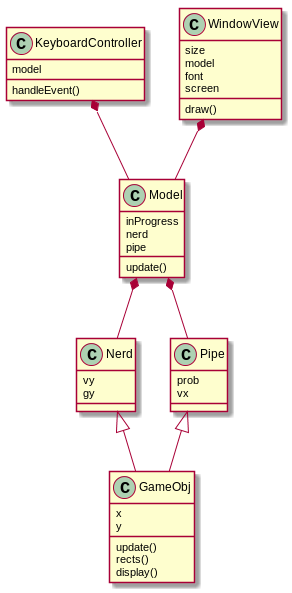
Before: class_diagram.png, a diagram exported from PlantUML (sd18spring/InteractiveProgramming). Its diagram source:
```plantuml
@startuml
Nerd <|-- GameObj
Pipe <|-- GameObj

Model *-- Nerd
Model *-- Pipe
KeyboardController *--Model

WindowView *-- Model

class WindowView {
size
model
font
screen
draw()
}

class Model {
inProgress
nerd
pipe
update()
}

class GameObj {
x
y
update()
rects()
display()
}

class Nerd {
vy
gy
}

class Pipe {
prob
vx
}

class KeyboardController {
model
handleEvent()
}
@enduml
```
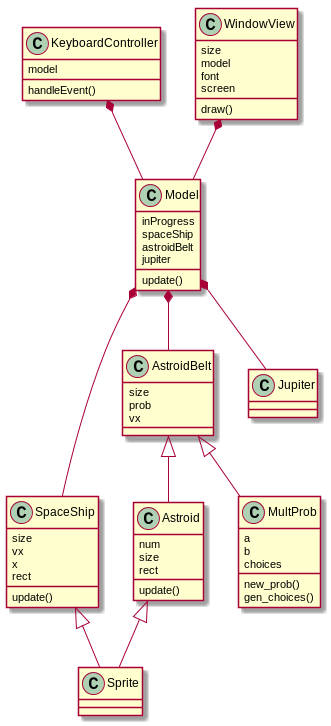
Later version of the same file.

Diff of the diagram source:
```diff
@@ -1,9 +1,12 @@
 @startuml
-Nerd <|-- GameObj
-Pipe <|-- GameObj
+SpaceShip <|-- Sprite
+Astroid <|-- Sprite
+AstroidBelt <|-- Astroid
+AstroidBelt <|-- MultProb
 
-Model *-- Nerd
-Model *-- Pipe
+Model *-- AstroidBelt
+Model *-- SpaceShip
+Model *-- Jupiter
 KeyboardController *--Model
 
 WindowView *-- Model
@@ -16,27 +19,31 @@
 draw()
 }
 
-class Model {
-inProgress
-nerd
-pipe
+class Astroid {
+num
+size
+rect
 update()
 }
 
-class GameObj {
-x
-y
+class Model {
+inProgress
+spaceShip
+astroidBelt
+jupiter
 update()
-rects()
-display()
 }
 
-class Nerd {
-vy
-gy
+class SpaceShip {
+size
+vx
+x
+rect
+update()
 }
 
-class Pipe {
+class AstroidBelt {
+size
 prob
 vx
 }
@@ -45,4 +52,12 @@
 model
 handleEvent()
 }
+
+class MultProb {
+a
+b
+choices
+new_prob()
+gen_choices()
+}
 @enduml
```
